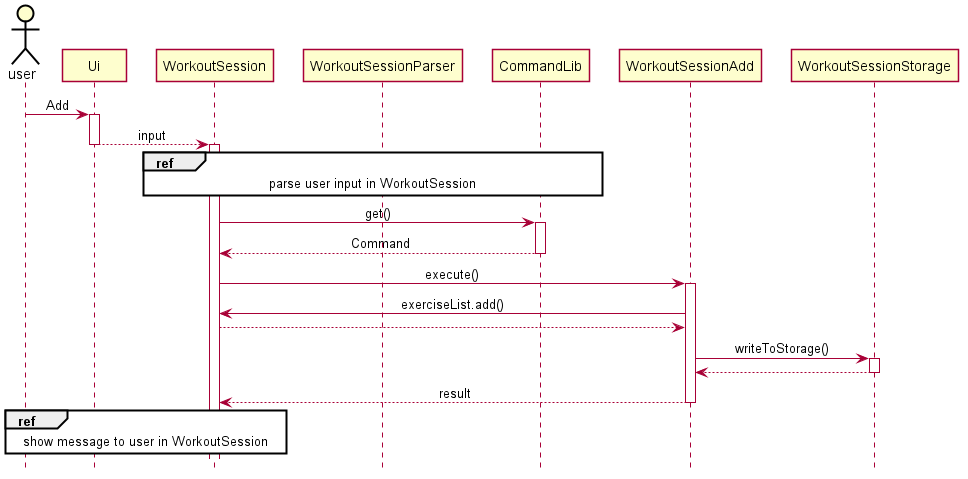
Before: docs/pictures/jinyang/WorkoutSessionAdd.png, a diagram exported from PlantUML (zsk612/tp).
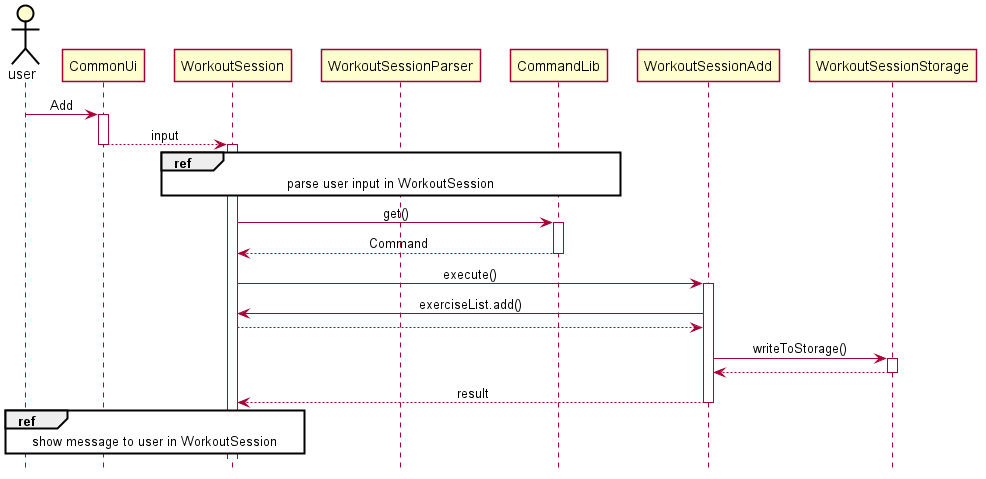
After the commit.

Diff of the diagram source:
```diff
@@ -5,9 +5,9 @@
 
 
 skinparam Class {
-    FontColor #FFFFFF
+    FontColor #000000
     BorderThickness 1
-    BorderColor #FFFFFF
+    BorderColor #000000
     StereotypeFontColor #FFFFFF
     FontName Arial
 }
@@ -42,8 +42,8 @@
 hide circle
 
 actor user
-user -> Ui++ : Add
-Ui --> WorkoutSession -- : input
+user -> CommonUi++ : Add
+CommonUi --> WorkoutSession -- : input
 
 activate WorkoutSession
 
@@ -66,5 +66,5 @@
 WorkoutSessionAdd --> WorkoutSession : result
 deactivate WorkoutSessionAdd
 
-ref over WorkoutSession, Ui, user: show message to user in WorkoutSession
+ref over WorkoutSession, CommonUi, user: show message to user in WorkoutSession
 @enduml
```
